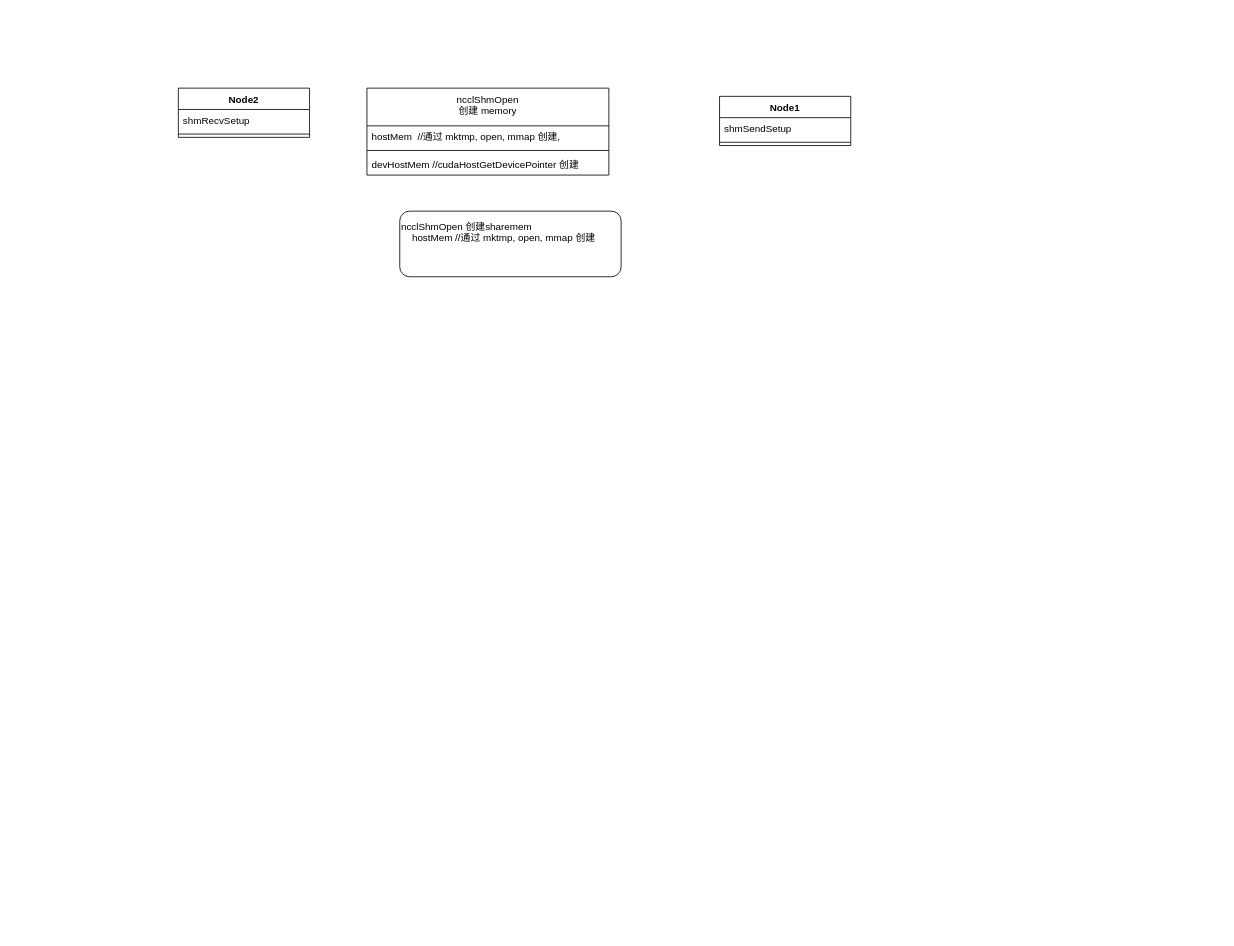
Before: shm.drawio in evolution124/mydiagram, a draw.io diagram. Source tidied: cells renumbered, new cells numbered last; positions are measured from the earlier drawing's top-left corner, leaving out a move shared by most shapes. Both pictures are drawn from the tidied source at 82%, with x=0, y=0 at pixel (178, 88).
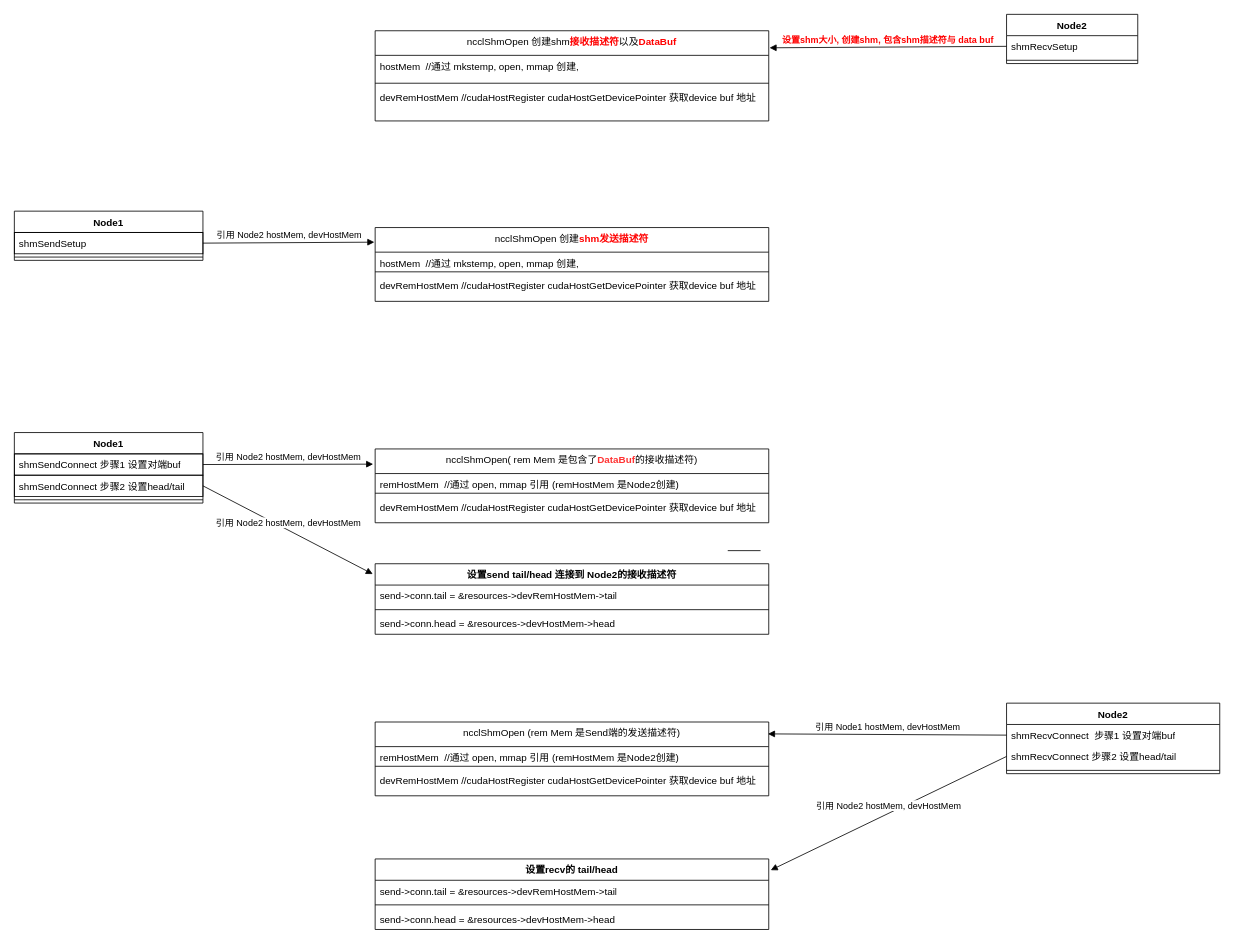
After the change.

The change refers to these unchanged cells:
```xml
<mxCell id="3" value="shmRecvSetup" style="text;strokeColor=none;fillColor=none;align=left;verticalAlign=top;spacingLeft=4;spacingRight=4;overflow=hidden;points=[[0,0.5],[1,0.5]];portConstraint=eastwest;whiteSpace=wrap;html=1;" parent="2" vertex="1">
  <mxGeometry y="26" width="160" height="26" as="geometry" />
</mxCell>
```

What changed in the source:
```diff
@@
     <mxCell id="2" value="Node2" style="swimlane;fontStyle=1;align=center;verticalAlign=top;horizontal=1;startSize=26;whiteSpace=wrap;html=1;" parent="1" vertex="1">
-      <mxGeometry width="160" height="60" as="geometry" />
+      <mxGeometry x="1010" y="-90" width="160" height="60" as="geometry" />
     </mxCell>
@@
     <mxCell id="5" value="Node1" style="swimlane;fontStyle=1;align=center;verticalAlign=top;horizontal=1;startSize=26;whiteSpace=wrap;html=1;" parent="1" vertex="1">
-      <mxGeometry x="660" y="10" width="160" height="60" as="geometry" />
+      <mxGeometry x="-200" y="420" width="230" height="86" as="geometry" />
     </mxCell>
-    <mxCell id="6" value="shmSendSetup" style="text;strokeColor=none;fillColor=none;align=left;verticalAlign=top;spacingLeft=4;spacingRight=4;overflow=hidden;points=[[0,0.5],[1,0.5]];portConstraint=eastwest;whiteSpace=wrap;html=1;" parent="5" vertex="1">
-      <mxGeometry y="26" width="160" height="26" as="geometry" />
+    <mxCell id="6" value="shmSendConnect 步骤1 设置对端buf" style="text;strokeColor=default;fillColor=none;align=left;verticalAlign=top;spacingLeft=4;spacingRight=4;overflow=hidden;points=[[0,0.5],[1,0.5]];portConstraint=eastwest;whiteSpace=wrap;html=1;" parent="5" vertex="1">
+      <mxGeometry y="26" width="230" height="26" as="geometry" />
     </mxCell>
+    <mxCell id="13" value="shmSendConnect 步骤2 设置head/tail" style="text;strokeColor=default;fillColor=none;align=left;verticalAlign=top;spacingLeft=4;spacingRight=4;overflow=hidden;points=[[0,0.5],[1,0.5]];portConstraint=eastwest;whiteSpace=wrap;html=1;" parent="5" vertex="1">
+      <mxGeometry y="52" width="230" height="26" as="geometry" />
+    </mxCell>
     <mxCell id="7" style="line;strokeWidth=1;fillColor=none;align=left;verticalAlign=middle;spacingTop=-1;spacingLeft=3;spacingRight=3;labelPosition=right;strokeColor=inherit;" parent="5" vertex="1">
-      <mxGeometry y="52" width="160" height="8" as="geometry" />
+      <mxGeometry y="78" width="230" height="8" as="geometry" />
     </mxCell>
-    <mxCell id="8" value="&lt;div&gt;&lt;span style=&quot;background-color: initial;&quot;&gt;ncclShmOpen 创建sharemem&lt;/span&gt;&lt;/div&gt;&lt;div&gt;&lt;span style=&quot;background-color: initial;&quot;&gt;&amp;nbsp; &amp;nbsp; hostMem //通过 mktmp, open, mmap 创建&lt;/span&gt;&lt;/div&gt;&lt;div&gt;&lt;span style=&quot;background-color: initial;&quot;&gt;&amp;nbsp; &amp;nbsp;&amp;nbsp;&lt;/span&gt;&lt;/div&gt;&lt;div&gt;&lt;span style=&quot;background-color: initial;&quot;&gt;&amp;nbsp; &amp;nbsp;&amp;nbsp;&lt;/span&gt;&lt;/div&gt;" style="rounded=1;whiteSpace=wrap;html=1;align=left;" parent="1" vertex="1">
-      <mxGeometry x="270" y="150" width="270" height="80" as="geometry" />
-    </mxCell>
-    <mxCell id="9" value="&lt;span style=&quot;font-weight: 400; text-align: left;&quot;&gt;ncclShmOpen&lt;br&gt;创建 memory&lt;/span&gt;" style="swimlane;fontStyle=1;align=center;verticalAlign=top;horizontal=1;startSize=46;whiteSpace=wrap;html=1;" parent="1" vertex="1">
-      <mxGeometry x="230" width="295" height="106" as="geometry" />
+    <mxCell id="9" value="&lt;span style=&quot;font-weight: 400; text-align: left;&quot;&gt;ncclShmOpen 创建shm&lt;/span&gt;&lt;span style=&quot;text-align: left;&quot;&gt;&lt;font color=&quot;#ff0000&quot;&gt;接收描述符&lt;/font&gt;&lt;/span&gt;&lt;span style=&quot;font-weight: 400; text-align: left;&quot;&gt;以及&lt;/span&gt;&lt;span style=&quot;text-align: left;&quot;&gt;&lt;font color=&quot;#ff0000&quot;&gt;DataBuf&lt;/font&gt;&lt;br&gt;&lt;/span&gt;" style="swimlane;fontStyle=1;align=center;verticalAlign=top;horizontal=1;startSize=30;whiteSpace=wrap;html=1;" parent="1" vertex="1">
+      <mxGeometry x="240" y="-70" width="480" height="110" as="geometry" />
     </mxCell>
-    <mxCell id="10" value="hostMem&amp;nbsp; //通过 mktmp, open, mmap 创建,&amp;nbsp;" style="text;strokeColor=none;fillColor=none;align=left;verticalAlign=top;spacingLeft=4;spacingRight=4;overflow=hidden;whiteSpace=wrap;html=1;" parent="9" vertex="1">
-      <mxGeometry y="46" width="295" height="26" as="geometry" />
+    <mxCell id="10" value="hostMem&amp;nbsp; //通过 mkstemp, open, mmap 创建,&amp;nbsp;" style="text;strokeColor=none;fillColor=none;align=left;verticalAlign=top;spacingLeft=4;spacingRight=4;overflow=hidden;whiteSpace=wrap;html=1;" parent="9" vertex="1">
+      <mxGeometry y="30" width="480" height="30" as="geometry" />
     </mxCell>
     <mxCell id="11" style="line;strokeWidth=1;fillColor=none;align=left;verticalAlign=middle;spacingTop=-1;spacingLeft=3;spacingRight=3;labelPosition=right;strokeColor=inherit;" parent="9" vertex="1">
-      <mxGeometry y="72" width="295" height="8" as="geometry" />
+      <mxGeometry y="60" width="480" height="8" as="geometry" />
     </mxCell>
-    <mxCell id="12" value="devHostMem //cudaHostGetDevicePointer 创建" style="text;strokeColor=none;fillColor=none;align=left;verticalAlign=top;spacingLeft=4;spacingRight=4;overflow=hidden;whiteSpace=wrap;html=1;" parent="9" vertex="1">
-      <mxGeometry y="80" width="295" height="26" as="geometry" />
+    <mxCell id="12" value="devRemHostMem //cudaHostRegister cudaHostGetDevicePointer 获取device buf 地址" style="text;strokeColor=none;fillColor=none;align=left;verticalAlign=top;spacingLeft=4;spacingRight=4;overflow=hidden;whiteSpace=wrap;html=1;" parent="9" vertex="1">
+      <mxGeometry y="68" width="480" height="42" as="geometry" />
     </mxCell>
+    <mxCell id="14" value="&lt;b&gt;&lt;font color=&quot;#ff0000&quot;&gt;设置shm大小, 创建shm, 包含shm描述符与 data buf&lt;/font&gt;&lt;/b&gt;" style="html=1;verticalAlign=bottom;endArrow=block;curved=0;rounded=0;exitX=0;exitY=0.5;exitDx=0;exitDy=0;entryX=1.002;entryY=0.189;entryDx=0;entryDy=0;entryPerimeter=0;" parent="1" edge="1" source="3" target="9">
+      <mxGeometry relative="1" as="geometry" />
+    </mxCell>
+    <mxCell id="15" value="&lt;span style=&quot;font-weight: 400; text-align: left;&quot;&gt;ncclShmOpen( rem Mem 是包含了&lt;/span&gt;&lt;span style=&quot;text-align: left;&quot;&gt;&lt;font color=&quot;#ff3333&quot;&gt;DataBuf&lt;/font&gt;&lt;/span&gt;&lt;span style=&quot;font-weight: 400; text-align: left;&quot;&gt;的接收描述符)&lt;br&gt;&lt;/span&gt;" style="swimlane;fontStyle=1;align=center;verticalAlign=top;horizontal=1;startSize=30;whiteSpace=wrap;html=1;" parent="1" vertex="1">
+      <mxGeometry x="240" y="440" width="480" height="90" as="geometry" />
+    </mxCell>
+    <mxCell id="16" value="remHostMem&amp;nbsp; //通过 open, mmap 引用 (remHostMem 是Node2创建)" style="text;strokeColor=none;fillColor=none;align=left;verticalAlign=top;spacingLeft=4;spacingRight=4;overflow=hidden;whiteSpace=wrap;html=1;" parent="15" vertex="1">
+      <mxGeometry y="30" width="480" height="20" as="geometry" />
+    </mxCell>
+    <mxCell id="17" style="line;strokeWidth=1;fillColor=none;align=left;verticalAlign=middle;spacingTop=-1;spacingLeft=3;spacingRight=3;labelPosition=right;strokeColor=inherit;" parent="15" vertex="1">
+      <mxGeometry y="50" width="480" height="8" as="geometry" />
+    </mxCell>
+    <mxCell id="18" value="devRemHostMem //cudaHostRegister cudaHostGetDevicePointer 获取device buf 地址" style="text;strokeColor=none;fillColor=none;align=left;verticalAlign=top;spacingLeft=4;spacingRight=4;overflow=hidden;whiteSpace=wrap;html=1;" parent="15" vertex="1">
+      <mxGeometry y="58" width="480" height="32" as="geometry" />
+    </mxCell>
+    <mxCell id="19" value="引用 Node2 hostMem, devHostMem" style="html=1;verticalAlign=bottom;endArrow=block;curved=0;rounded=0;exitX=1;exitY=0.5;exitDx=0;exitDy=0;entryX=-0.005;entryY=0.206;entryDx=0;entryDy=0;entryPerimeter=0;" parent="1" edge="1" source="6" target="15">
+      <mxGeometry relative="1" as="geometry" />
+    </mxCell>
+    <mxCell id="20" value="设置send tail/head 连接到 Node2的接收描述符" style="swimlane;fontStyle=1;align=center;verticalAlign=top;horizontal=1;startSize=26;whiteSpace=wrap;html=1;" parent="1" vertex="1">
+      <mxGeometry x="240" y="580" width="480" height="86" as="geometry" />
+    </mxCell>
+    <mxCell id="21" value="send-&gt;conn.tail = &amp;resources-&gt;devRemHostMem-&gt;tail" style="text;strokeColor=none;fillColor=none;align=left;verticalAlign=top;spacingLeft=4;spacingRight=4;overflow=hidden;whiteSpace=wrap;html=1;" parent="20" vertex="1">
+      <mxGeometry y="26" width="480" height="26" as="geometry" />
+    </mxCell>
+    <mxCell id="22" style="line;strokeWidth=1;fillColor=none;align=left;verticalAlign=middle;spacingTop=-1;spacingLeft=3;spacingRight=3;labelPosition=right;strokeColor=inherit;" parent="20" vertex="1">
+      <mxGeometry y="52" width="480" height="8" as="geometry" />
+    </mxCell>
+    <mxCell id="23" value="send-&amp;gt;conn.head = &amp;amp;resources-&amp;gt;devHostMem-&amp;gt;head" style="text;strokeColor=none;fillColor=none;align=left;verticalAlign=top;spacingLeft=4;spacingRight=4;overflow=hidden;whiteSpace=wrap;html=1;" parent="20" vertex="1">
+      <mxGeometry y="60" width="480" height="26" as="geometry" />
+    </mxCell>
+    <mxCell id="24" value="引用 Node2 hostMem, devHostMem" style="html=1;verticalAlign=bottom;endArrow=block;curved=0;rounded=0;exitX=1;exitY=0.5;exitDx=0;exitDy=0;entryX=-0.006;entryY=0.146;entryDx=0;entryDy=0;entryPerimeter=0;" parent="1" edge="1" source="13" target="20">
+      <mxGeometry relative="1" as="geometry" />
+    </mxCell>
+    <mxCell id="25" value="Node2" style="swimlane;fontStyle=1;align=center;verticalAlign=top;horizontal=1;startSize=26;whiteSpace=wrap;html=1;" parent="1" vertex="1">
+      <mxGeometry x="1010" y="750" width="260" height="86" as="geometry" />
+    </mxCell>
+    <mxCell id="26" value="shmRecvConnect&amp;nbsp;&amp;nbsp;步骤1 设置对端buf" style="text;strokeColor=none;fillColor=none;align=left;verticalAlign=top;spacingLeft=4;spacingRight=4;overflow=hidden;points=[[0,0.5],[1,0.5]];portConstraint=eastwest;whiteSpace=wrap;html=1;" parent="25" vertex="1">
+      <mxGeometry y="26" width="260" height="26" as="geometry" />
+    </mxCell>
+    <mxCell id="27" value="shmRecvConnect&amp;nbsp;步骤2 设置head/tail" style="text;strokeColor=none;fillColor=none;align=left;verticalAlign=top;spacingLeft=4;spacingRight=4;overflow=hidden;points=[[0,0.5],[1,0.5]];portConstraint=eastwest;whiteSpace=wrap;html=1;" parent="25" vertex="1">
+      <mxGeometry y="52" width="260" height="26" as="geometry" />
+    </mxCell>
+    <mxCell id="28" style="line;strokeWidth=1;fillColor=none;align=left;verticalAlign=middle;spacingTop=-1;spacingLeft=3;spacingRight=3;labelPosition=right;strokeColor=inherit;" parent="25" vertex="1">
+      <mxGeometry y="78" width="260" height="8" as="geometry" />
+    </mxCell>
+    <mxCell id="29" value="设置recv的 tail/head" style="swimlane;fontStyle=1;align=center;verticalAlign=top;horizontal=1;startSize=26;whiteSpace=wrap;html=1;" parent="1" vertex="1">
+      <mxGeometry x="240" y="940" width="480" height="86" as="geometry" />
+    </mxCell>
+    <mxCell id="30" value="send-&gt;conn.tail = &amp;resources-&gt;devRemHostMem-&gt;tail" style="text;strokeColor=none;fillColor=none;align=left;verticalAlign=top;spacingLeft=4;spacingRight=4;overflow=hidden;whiteSpace=wrap;html=1;" parent="29" vertex="1">
+      <mxGeometry y="26" width="480" height="26" as="geometry" />
+    </mxCell>
+    <mxCell id="31" style="line;strokeWidth=1;fillColor=none;align=left;verticalAlign=middle;spacingTop=-1;spacingLeft=3;spacingRight=3;labelPosition=right;strokeColor=inherit;" parent="29" vertex="1">
+      <mxGeometry y="52" width="480" height="8" as="geometry" />
+    </mxCell>
+    <mxCell id="32" value="send-&amp;gt;conn.head = &amp;amp;resources-&amp;gt;devHostMem-&amp;gt;head" style="text;strokeColor=none;fillColor=none;align=left;verticalAlign=top;spacingLeft=4;spacingRight=4;overflow=hidden;whiteSpace=wrap;html=1;" parent="29" vertex="1">
+      <mxGeometry y="60" width="480" height="26" as="geometry" />
+    </mxCell>
+    <mxCell id="33" style="line;strokeWidth=1;fillColor=none;align=left;verticalAlign=middle;spacingTop=-1;spacingLeft=3;spacingRight=3;labelPosition=right;strokeColor=inherit;" parent="1" vertex="1">
+      <mxGeometry x="670" y="560" width="40" height="8" as="geometry" />
+    </mxCell>
+    <mxCell id="34" value="Node1" style="swimlane;fontStyle=1;align=center;verticalAlign=top;horizontal=1;startSize=26;whiteSpace=wrap;html=1;" parent="1" vertex="1">
+      <mxGeometry x="-200" y="150" width="230" height="60" as="geometry" />
+    </mxCell>
+    <mxCell id="35" value="shmSendSetup" style="text;strokeColor=default;fillColor=none;align=left;verticalAlign=top;spacingLeft=4;spacingRight=4;overflow=hidden;points=[[0,0.5],[1,0.5]];portConstraint=eastwest;whiteSpace=wrap;html=1;" parent="34" vertex="1">
+      <mxGeometry y="26" width="230" height="26" as="geometry" />
+    </mxCell>
+    <mxCell id="36" style="line;strokeWidth=1;fillColor=none;align=left;verticalAlign=middle;spacingTop=-1;spacingLeft=3;spacingRight=3;labelPosition=right;strokeColor=inherit;" parent="34" vertex="1">
+      <mxGeometry y="52" width="230" height="8" as="geometry" />
+    </mxCell>
+    <mxCell id="37" value="&lt;span style=&quot;font-weight: 400; text-align: left;&quot;&gt;ncclShmOpen 创建&lt;/span&gt;&lt;span style=&quot;text-align: left;&quot;&gt;&lt;font color=&quot;#ff0000&quot;&gt;shm发送描述符&lt;/font&gt;&lt;br&gt;&lt;/span&gt;" style="swimlane;fontStyle=1;align=center;verticalAlign=top;horizontal=1;startSize=30;whiteSpace=wrap;html=1;" parent="1" vertex="1">
+      <mxGeometry x="240" y="170" width="480" height="90" as="geometry" />
+    </mxCell>
+    <mxCell id="38" value="hostMem&amp;nbsp; //通过 mkstemp, open, mmap 创建,&amp;nbsp;" style="text;strokeColor=none;fillColor=none;align=left;verticalAlign=top;spacingLeft=4;spacingRight=4;overflow=hidden;whiteSpace=wrap;html=1;" parent="37" vertex="1">
+      <mxGeometry y="30" width="480" height="20" as="geometry" />
+    </mxCell>
+    <mxCell id="39" style="line;strokeWidth=1;fillColor=none;align=left;verticalAlign=middle;spacingTop=-1;spacingLeft=3;spacingRight=3;labelPosition=right;strokeColor=inherit;" parent="37" vertex="1">
+      <mxGeometry y="50" width="480" height="8" as="geometry" />
+    </mxCell>
+    <mxCell id="40" value="devRemHostMem //cudaHostRegister cudaHostGetDevicePointer 获取device buf 地址" style="text;strokeColor=none;fillColor=none;align=left;verticalAlign=top;spacingLeft=4;spacingRight=4;overflow=hidden;whiteSpace=wrap;html=1;" parent="37" vertex="1">
+      <mxGeometry y="58" width="480" height="32" as="geometry" />
+    </mxCell>
+    <mxCell id="41" value="引用 Node2 hostMem, devHostMem" style="html=1;verticalAlign=bottom;endArrow=block;curved=0;rounded=0;exitX=1;exitY=0.5;exitDx=0;exitDy=0;entryX=-0.002;entryY=0.198;entryDx=0;entryDy=0;entryPerimeter=0;" parent="1" edge="1" source="35" target="37">
+      <mxGeometry relative="1" as="geometry" />
+    </mxCell>
+    <mxCell id="42" value="&lt;span style=&quot;font-weight: 400; text-align: left;&quot;&gt;ncclShmOpen (rem Mem 是Send端的发送描述符)&lt;br&gt;&lt;/span&gt;" style="swimlane;fontStyle=1;align=center;verticalAlign=top;horizontal=1;startSize=30;whiteSpace=wrap;html=1;" parent="1" vertex="1">
+      <mxGeometry x="240" y="773" width="480" height="90" as="geometry" />
+    </mxCell>
+    <mxCell id="43" value="remHostMem&amp;nbsp; //通过 open, mmap 引用 (remHostMem 是Node2创建)" style="text;strokeColor=none;fillColor=none;align=left;verticalAlign=top;spacingLeft=4;spacingRight=4;overflow=hidden;whiteSpace=wrap;html=1;" parent="42" vertex="1">
+      <mxGeometry y="30" width="480" height="20" as="geometry" />
+    </mxCell>
+    <mxCell id="44" style="line;strokeWidth=1;fillColor=none;align=left;verticalAlign=middle;spacingTop=-1;spacingLeft=3;spacingRight=3;labelPosition=right;strokeColor=inherit;" parent="42" vertex="1">
+      <mxGeometry y="50" width="480" height="8" as="geometry" />
+    </mxCell>
+    <mxCell id="45" value="devRemHostMem //cudaHostRegister cudaHostGetDevicePointer 获取device buf 地址" style="text;strokeColor=none;fillColor=none;align=left;verticalAlign=top;spacingLeft=4;spacingRight=4;overflow=hidden;whiteSpace=wrap;html=1;" parent="42" vertex="1">
+      <mxGeometry y="58" width="480" height="32" as="geometry" />
+    </mxCell>
+    <mxCell id="46" value="引用 Node1 hostMem, devHostMem" style="html=1;verticalAlign=bottom;endArrow=block;curved=0;rounded=0;exitX=0;exitY=0.5;exitDx=0;exitDy=0;entryX=0.998;entryY=0.161;entryDx=0;entryDy=0;entryPerimeter=0;" parent="1" edge="1" source="26" target="42">
+      <mxGeometry relative="1" as="geometry" />
+    </mxCell>
+    <mxCell id="47" value="引用 Node2 hostMem, devHostMem" style="html=1;verticalAlign=bottom;endArrow=block;curved=0;rounded=0;exitX=0;exitY=0.5;exitDx=0;exitDy=0;entryX=1.005;entryY=0.159;entryDx=0;entryDy=0;entryPerimeter=0;" parent="1" edge="1" source="27" target="29">
+      <mxGeometry relative="1" as="geometry" />
+    </mxCell>
```
